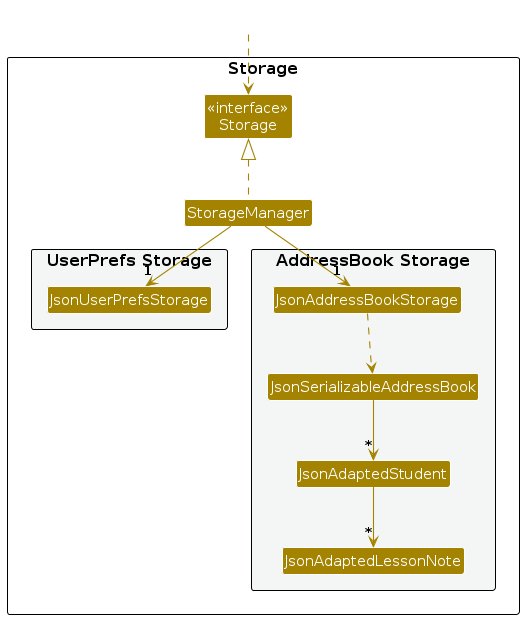
AY2627S1-CS2103T-F11-4/tp keeps this PlantUML diagram as diagrams/StorageClassDiagram.png. Above is the earlier version. Its source is kept beside it as diagrams/StorageClassDiagram.puml.
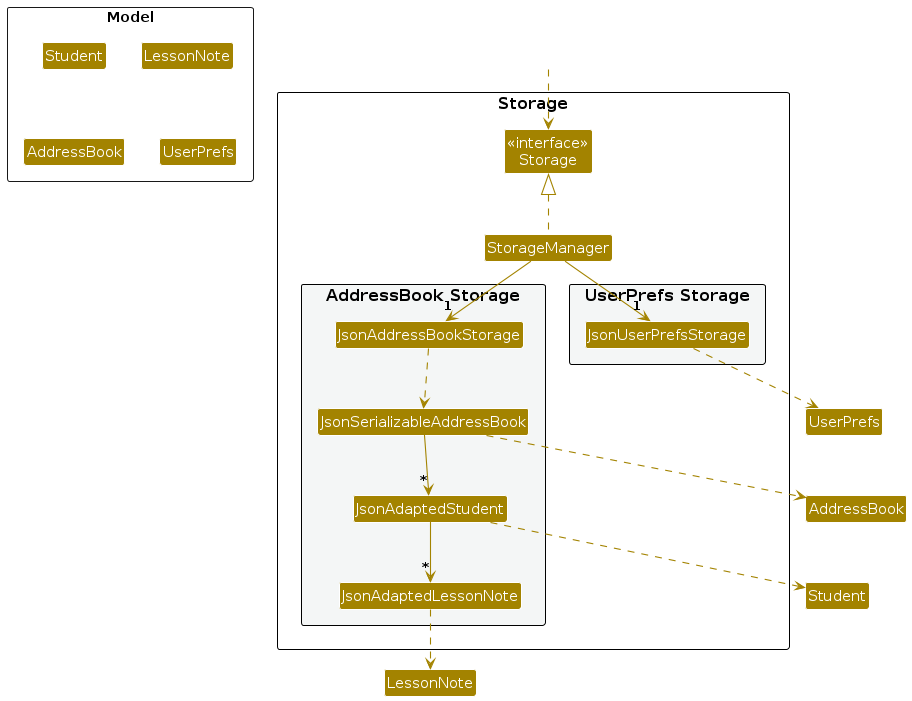
After the change.

The edit, as a diff of the source:
```diff
@@ -32,5 +32,16 @@
 JsonAddressBookStorage ..> JsonSerializableAddressBook
 JsonSerializableAddressBook --> "*" JsonAdaptedStudent
 JsonAdaptedStudent --> "*" JsonAdaptedLessonNote
+JsonAdaptedStudent ..> Student
+JsonAdaptedLessonNote ..> LessonNote
+JsonSerializableAddressBook ..> AddressBook
+JsonUserPrefsStorage ..> UserPrefs
+
+package Model <<Rectangle>> {
+Class Student
+Class LessonNote
+Class AddressBook
+Class UserPrefs
+}
 
 @enduml
```
